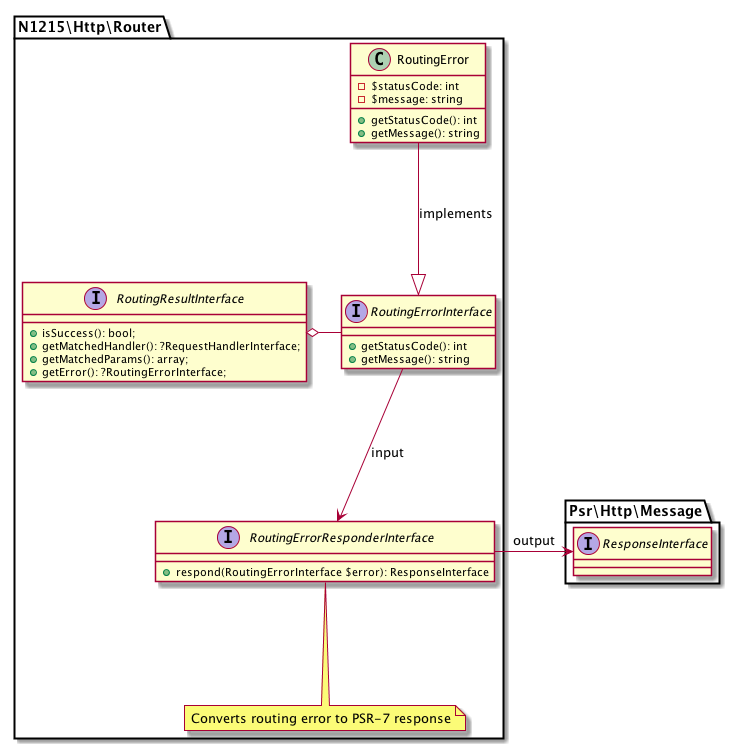
This is doc/routing-error.png from n1215/http-router, a PlantUML export, as it was before one commit. Its diagram source:
```plantuml
@startuml

package N1215\Http\Router {

    interface RoutingErrorInterface {
        + getStatusCode(): int
        + getMessage(): string
    }

    class RoutingError {
        - $statusCode: int
        - $message: string
        + getStatusCode(): int
        + getMessage(): string
    }

    interface RoutingResultInterface {
        + isSuccess(): bool;
        + getMatchedHandler(): ?RequestHandlerInterface;
        + getMatchedParams(): array;
        + getError(): ?RoutingErrorInterface;
    }

    interface RoutingErrorResponderInterface {
        + respond(RoutingErrorInterface $error): ResponseInterface
    }
    note bottom of RoutingErrorResponderInterface: Converts routing error to PSR-7 response

    RoutingResultInterface o- RoutingErrorInterface

    RoutingErrorInterface --> RoutingErrorResponderInterface: input
    RoutingErrorResponderInterface -> Psr\Http\Message.ResponseInterface: output

    RoutingError --|> RoutingErrorInterface: implements

}

namespace Psr\Http\Message {
    interface ResponseInterface
}

@enduml
```
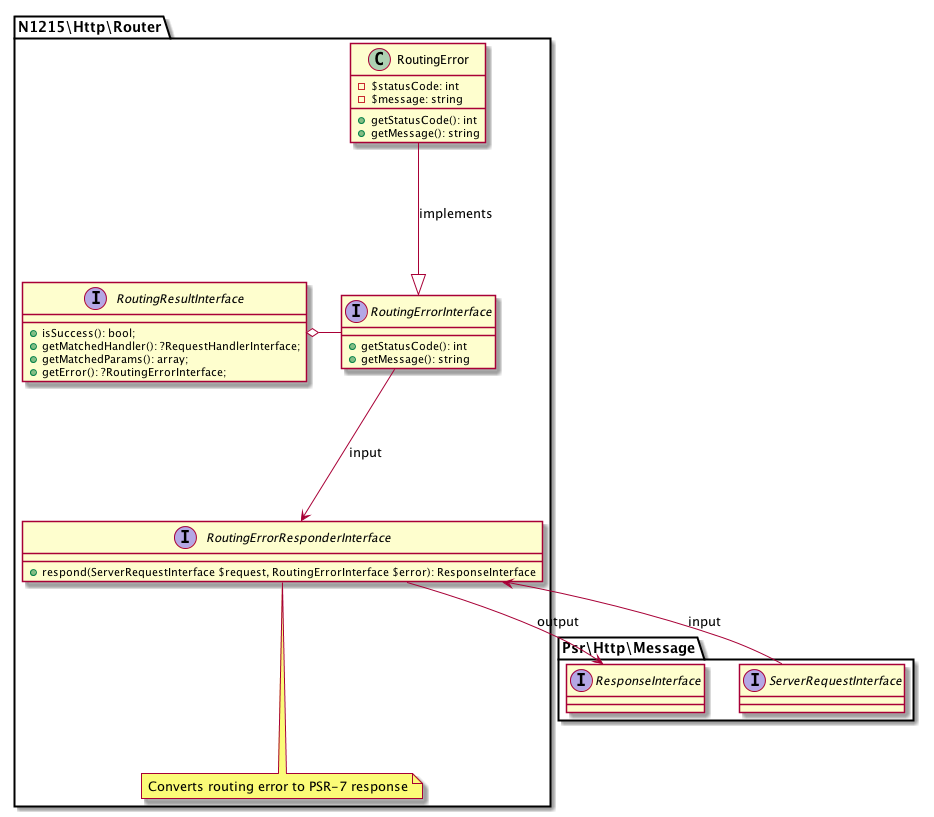
Later version of the same file.

Change to the diagram source:
```diff
@@ -22,20 +22,22 @@
     }
 
     interface RoutingErrorResponderInterface {
-        + respond(RoutingErrorInterface $error): ResponseInterface
+        + respond(ServerRequestInterface $request, RoutingErrorInterface $error): ResponseInterface
     }
     note bottom of RoutingErrorResponderInterface: Converts routing error to PSR-7 response
 
     RoutingResultInterface o- RoutingErrorInterface
 
     RoutingErrorInterface --> RoutingErrorResponderInterface: input
-    RoutingErrorResponderInterface -> Psr\Http\Message.ResponseInterface: output
+    Psr\Http\Message.ServerRequestInterface --> RoutingErrorResponderInterface: input
+    RoutingErrorResponderInterface --> Psr\Http\Message.ResponseInterface: output
 
     RoutingError --|> RoutingErrorInterface: implements
 
 }
 
 namespace Psr\Http\Message {
+    interface ServerRequestInterface
     interface ResponseInterface
 }
 
```
